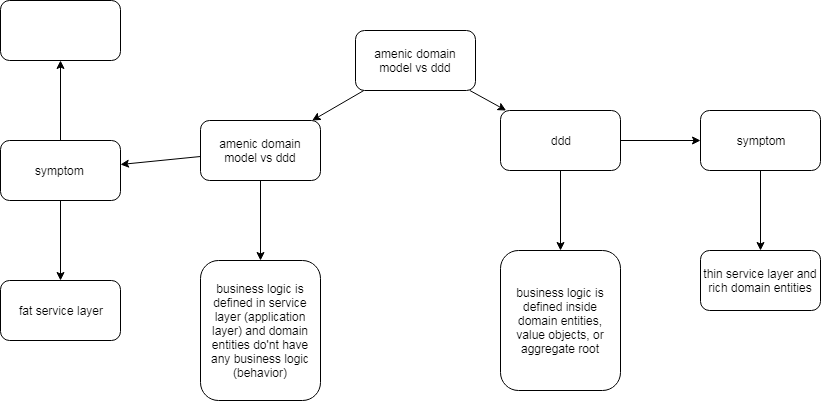
stsiwo/ddd_concept keeps this draw.io diagram as amenicModel_vs_ddd.PNG. Above is the earlier version. Source tidied: cells renumbered, new cells last; positions are measured from the earlier drawing's top-left corner, leaving out a move shared by most shapes.
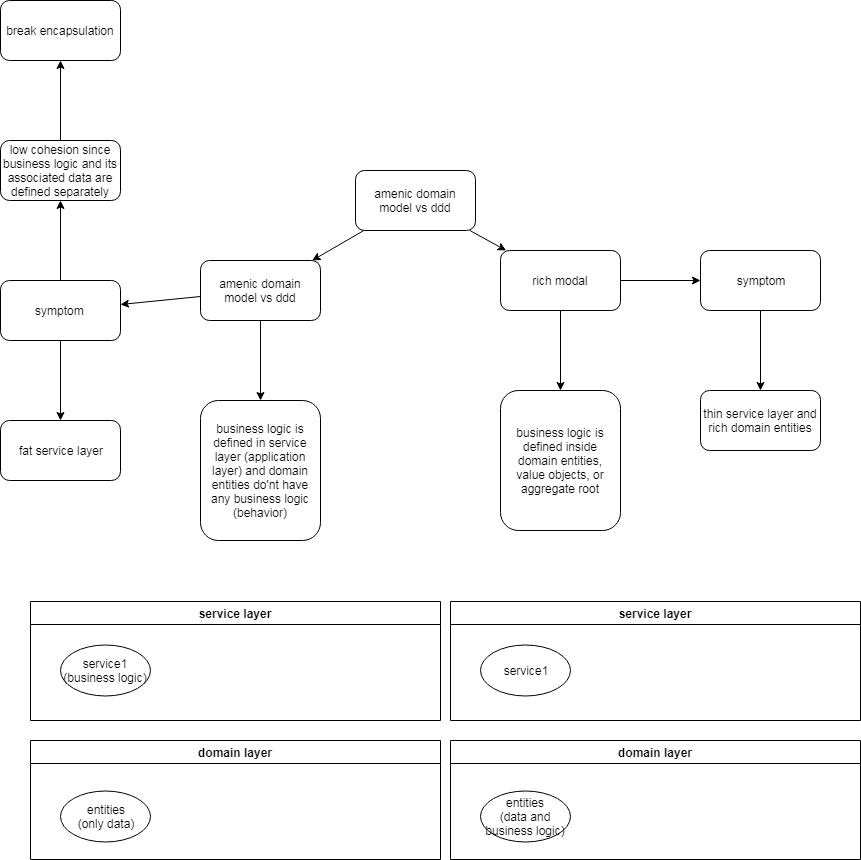
Above is the later version.

What changed in the source:
```diff
@@ -17,7 +17,7 @@
     <mxCell id="6" style="edgeStyle=none;rounded=0;jettySize=auto;html=1;" parent="1" edge="1" source="7" target="9">
       <mxGeometry relative="1" as="geometry" />
     </mxCell>
-    <mxCell id="7" value="ddd" style="rounded=1;whiteSpace=wrap;html=1;" parent="1" vertex="1">
+    <mxCell id="7" value="rich modal" style="rounded=1;whiteSpace=wrap;html=1;" parent="1" vertex="1">
       <mxGeometry x="500" y="110" width="120" height="60" as="geometry" />
     </mxCell>
     <mxCell id="8" style="edgeStyle=none;rounded=0;jettySize=auto;html=1;" parent="1" edge="1" source="9" target="10">
@@ -50,14 +50,44 @@
     <mxCell id="17" value="symptom&amp;nbsp;" style="rounded=1;whiteSpace=wrap;html=1;" parent="1" vertex="1">
       <mxGeometry y="140" width="120" height="60" as="geometry" />
     </mxCell>
+    <mxCell id="21" style="edgeStyle=none;rounded=0;jettySize=auto;html=1;" parent="1" edge="1" source="18" target="22">
+      <mxGeometry relative="1" as="geometry" />
+    </mxCell>
-    <mxCell id="18" style="rounded=1;whiteSpace=wrap;html=1;" parent="1" vertex="1">
+    <mxCell id="18" value="low cohesion since business logic and its associated data are defined separately" style="rounded=1;whiteSpace=wrap;html=1;" parent="1" vertex="1">
       <mxGeometry width="120" height="60" as="geometry" />
     </mxCell>
+    <mxCell id="22" value="break encapsulation" style="rounded=1;whiteSpace=wrap;html=1;" parent="1" vertex="1">
+      <mxGeometry y="-140" width="120" height="60" as="geometry" />
+    </mxCell>
     <mxCell id="19" value="fat service layer" style="rounded=1;whiteSpace=wrap;html=1;" parent="1" vertex="1">
       <mxGeometry y="280" width="120" height="60" as="geometry" />
     </mxCell>
     <mxCell id="20" value="business logic is defined in service layer (application layer) and domain entities do'nt have any business logic (behavior)" style="rounded=1;whiteSpace=wrap;html=1;" parent="1" vertex="1">
       <mxGeometry x="200" y="260" width="120" height="140" as="geometry" />
     </mxCell>
+    <mxCell id="23" value="service layer" style="swimlane;" parent="1" vertex="1">
+      <mxGeometry x="30" y="461" width="410" height="119" as="geometry" />
+    </mxCell>
+    <mxCell id="24" value="service1&lt;br&gt;(business logic)&lt;br&gt;" style="ellipse;whiteSpace=wrap;html=1;" parent="23" vertex="1">
+      <mxGeometry x="30" y="43" width="90" height="51" as="geometry" />
+    </mxCell>
+    <mxCell id="25" value="domain layer" style="swimlane;" parent="1" vertex="1">
+      <mxGeometry x="30" y="600" width="410" height="119" as="geometry" />
+    </mxCell>
+    <mxCell id="26" value="entities&lt;br&gt;(only data)&lt;br&gt;" style="ellipse;whiteSpace=wrap;html=1;" parent="25" vertex="1">
+      <mxGeometry x="30" y="50" width="90" height="51" as="geometry" />
+    </mxCell>
+    <mxCell id="27" value="service layer" style="swimlane;" parent="1" vertex="1">
+      <mxGeometry x="450" y="461" width="410" height="119" as="geometry" />
+    </mxCell>
+    <mxCell id="28" value="service1&lt;br&gt;" style="ellipse;whiteSpace=wrap;html=1;" parent="27" vertex="1">
+      <mxGeometry x="30" y="43" width="90" height="51" as="geometry" />
+    </mxCell>
+    <mxCell id="29" value="domain layer" style="swimlane;" parent="1" vertex="1">
+      <mxGeometry x="450" y="600" width="410" height="119" as="geometry" />
+    </mxCell>
+    <mxCell id="30" value="entities&lt;br&gt;(data and business logic)&lt;br&gt;" style="ellipse;whiteSpace=wrap;html=1;" parent="29" vertex="1">
+      <mxGeometry x="30" y="50" width="90" height="51" as="geometry" />
+    </mxCell>
   </root>
 </mxGraphModel>
```
